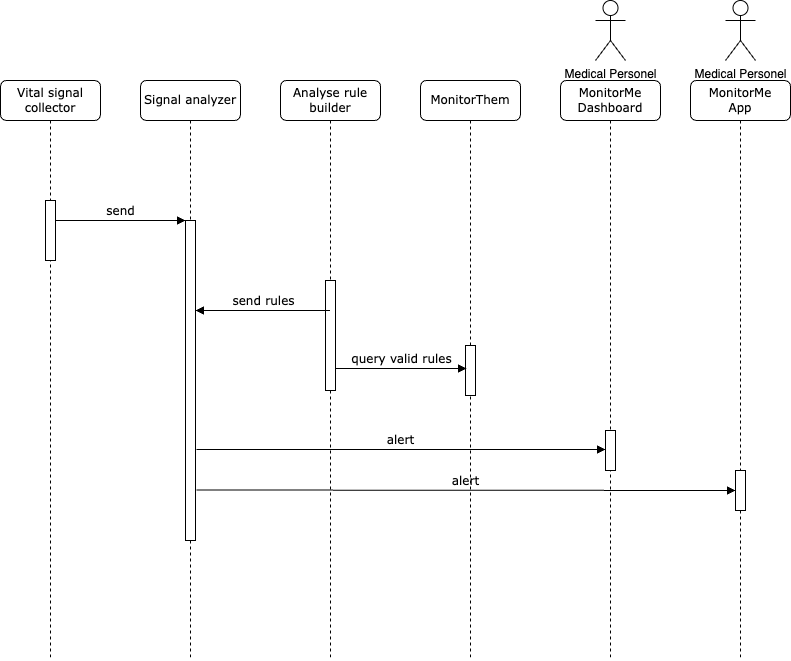
Above: diagrams/arch_kata_comm_UC3_alert.drawio.png in amahnke-tsystems/ArchiTeam (draw.io), before the change. Source tidied: cells renumbered, new cells last; positions are measured from the earlier drawing's top-left corner, leaving out a move shared by most shapes. Its diagram source:
```xml
<mxGraphModel>
  <root>
    <mxCell id="0" />
    <mxCell id="1" parent="0" />
    <mxCell id="2" value="Vital signal&lt;br&gt;collector" style="shape=umlLifeline;perimeter=lifelinePerimeter;whiteSpace=wrap;html=1;rounded=1;shadow=0;comic=0;labelBackgroundColor=none;strokeWidth=1;fontFamily=Verdana;fontSize=12;align=center;" parent="1" vertex="1">
      <mxGeometry y="80" width="100" height="580" as="geometry" />
    </mxCell>
    <mxCell id="3" style="html=1;points=[];perimeter=orthogonalPerimeter;rounded=0;shadow=0;comic=0;labelBackgroundColor=none;strokeWidth=1;fontFamily=Verdana;fontSize=12;align=center;" parent="2" vertex="1">
      <mxGeometry x="45" y="120" width="10" height="60" as="geometry" />
    </mxCell>
    <mxCell id="4" value="Signal analyzer" style="shape=umlLifeline;perimeter=lifelinePerimeter;whiteSpace=wrap;html=1;rounded=1;shadow=0;comic=0;labelBackgroundColor=none;strokeWidth=1;fontFamily=Verdana;fontSize=12;align=center;" parent="1" vertex="1">
      <mxGeometry x="140" y="80" width="100" height="580" as="geometry" />
    </mxCell>
    <mxCell id="5" value="Analyse rule builder" style="shape=umlLifeline;perimeter=lifelinePerimeter;whiteSpace=wrap;html=1;rounded=1;shadow=0;comic=0;labelBackgroundColor=none;strokeWidth=1;fontFamily=Verdana;fontSize=12;align=center;" parent="1" vertex="1">
      <mxGeometry x="280" y="80" width="100" height="580" as="geometry" />
    </mxCell>
    <mxCell id="6" style="html=1;points=[];perimeter=orthogonalPerimeter;rounded=0;shadow=0;comic=0;labelBackgroundColor=none;strokeWidth=1;fontFamily=Verdana;fontSize=12;align=center;" parent="5" vertex="1">
      <mxGeometry x="45" y="200" width="10" height="110" as="geometry" />
    </mxCell>
    <mxCell id="7" value="MonitorThem" style="shape=umlLifeline;perimeter=lifelinePerimeter;whiteSpace=wrap;html=1;rounded=1;shadow=0;comic=0;labelBackgroundColor=none;strokeWidth=1;fontFamily=Verdana;fontSize=12;align=center;" parent="1" vertex="1">
      <mxGeometry x="420" y="80" width="100" height="580" as="geometry" />
    </mxCell>
    <mxCell id="8" style="html=1;points=[];perimeter=orthogonalPerimeter;rounded=0;shadow=0;comic=0;labelBackgroundColor=none;strokeWidth=1;fontFamily=Verdana;fontSize=12;align=center;" parent="7" vertex="1">
      <mxGeometry x="45" y="265" width="10" height="50" as="geometry" />
    </mxCell>
    <mxCell id="9" value="alert" style="html=1;verticalAlign=bottom;endArrow=block;labelBackgroundColor=none;fontFamily=Verdana;fontSize=12;edgeStyle=elbowEdgeStyle;elbow=vertical;exitX=1.1;exitY=0.716;exitDx=0;exitDy=0;exitPerimeter=0;" parent="7" edge="1" target="18">
      <mxGeometry relative="1" as="geometry">
        <mxPoint x="-224" y="409.5" as="sourcePoint" />
      </mxGeometry>
    </mxCell>
    <mxCell id="10" value="MonitorMe&lt;br&gt;Dashboard" style="shape=umlLifeline;perimeter=lifelinePerimeter;whiteSpace=wrap;html=1;rounded=1;shadow=0;comic=0;labelBackgroundColor=none;strokeWidth=1;fontFamily=Verdana;fontSize=12;align=center;" parent="1" vertex="1">
      <mxGeometry x="560" y="80" width="100" height="580" as="geometry" />
    </mxCell>
    <mxCell id="11" style="html=1;points=[];perimeter=orthogonalPerimeter;rounded=0;shadow=0;comic=0;labelBackgroundColor=none;strokeWidth=1;fontFamily=Verdana;fontSize=12;align=center;" parent="1" vertex="1">
      <mxGeometry x="185" y="220" width="10" height="320" as="geometry" />
    </mxCell>
    <mxCell id="12" value="send" style="html=1;verticalAlign=bottom;endArrow=block;labelBackgroundColor=none;fontFamily=Verdana;fontSize=12;edgeStyle=elbowEdgeStyle;elbow=vertical;" parent="1" edge="1" source="3" target="11">
      <mxGeometry relative="1" as="geometry">
        <Array as="points">
          <mxPoint x="60" y="220" />
        </Array>
      </mxGeometry>
    </mxCell>
    <mxCell id="13" style="html=1;points=[];perimeter=orthogonalPerimeter;rounded=0;shadow=0;comic=0;labelBackgroundColor=none;strokeColor=#000000;strokeWidth=1;fillColor=#FFFFFF;fontFamily=Verdana;fontSize=12;fontColor=#000000;align=center;" parent="1" vertex="1">
      <mxGeometry x="605" y="430" width="10" height="40" as="geometry" />
    </mxCell>
    <mxCell id="14" value="query valid rules" style="html=1;verticalAlign=bottom;endArrow=block;labelBackgroundColor=none;fontFamily=Verdana;fontSize=12;edgeStyle=elbowEdgeStyle;elbow=vertical;entryX=0.1;entryY=0.45;entryDx=0;entryDy=0;entryPerimeter=0;exitX=0.95;exitY=0.8;exitDx=0;exitDy=0;exitPerimeter=0;" parent="1" edge="1" source="6" target="8">
      <mxGeometry relative="1" as="geometry" />
    </mxCell>
    <mxCell id="15" value="alert" style="html=1;verticalAlign=bottom;endArrow=block;labelBackgroundColor=none;fontFamily=Verdana;fontSize=12;edgeStyle=elbowEdgeStyle;elbow=vertical;exitX=1.1;exitY=0.716;exitDx=0;exitDy=0;exitPerimeter=0;" parent="1" edge="1" source="11" target="13">
      <mxGeometry relative="1" as="geometry" />
    </mxCell>
    <mxCell id="16" value="send rules" style="html=1;verticalAlign=bottom;endArrow=block;labelBackgroundColor=none;fontFamily=Verdana;fontSize=12;edgeStyle=elbowEdgeStyle;elbow=horizontal;" parent="1" edge="1">
      <mxGeometry relative="1" as="geometry">
        <mxPoint x="329.5" y="310" as="sourcePoint" />
        <mxPoint x="195" y="310" as="targetPoint" />
      </mxGeometry>
    </mxCell>
    <mxCell id="17" value="MonitorMe&lt;br&gt;App" style="shape=umlLifeline;perimeter=lifelinePerimeter;whiteSpace=wrap;html=1;rounded=1;shadow=0;comic=0;labelBackgroundColor=none;strokeWidth=1;fontFamily=Verdana;fontSize=12;align=center;" parent="1" vertex="1">
      <mxGeometry x="690" y="80" width="100" height="580" as="geometry" />
    </mxCell>
    <mxCell id="18" style="html=1;points=[];perimeter=orthogonalPerimeter;rounded=0;shadow=0;comic=0;labelBackgroundColor=none;strokeColor=#000000;strokeWidth=1;fillColor=#FFFFFF;fontFamily=Verdana;fontSize=12;fontColor=#000000;align=center;" parent="17" vertex="1">
      <mxGeometry x="45" y="390" width="10" height="40" as="geometry" />
    </mxCell>
    <mxCell id="19" value="Medical Personel" style="shape=umlActor;verticalLabelPosition=bottom;verticalAlign=top;html=1;" parent="1" vertex="1">
      <mxGeometry x="595" width="30" height="60" as="geometry" />
    </mxCell>
    <mxCell id="20" value="Medical Personel" style="shape=umlActor;verticalLabelPosition=bottom;verticalAlign=top;html=1;" parent="1" vertex="1">
      <mxGeometry x="725" width="30" height="60" as="geometry" />
    </mxCell>
  </root>
</mxGraphModel>
```
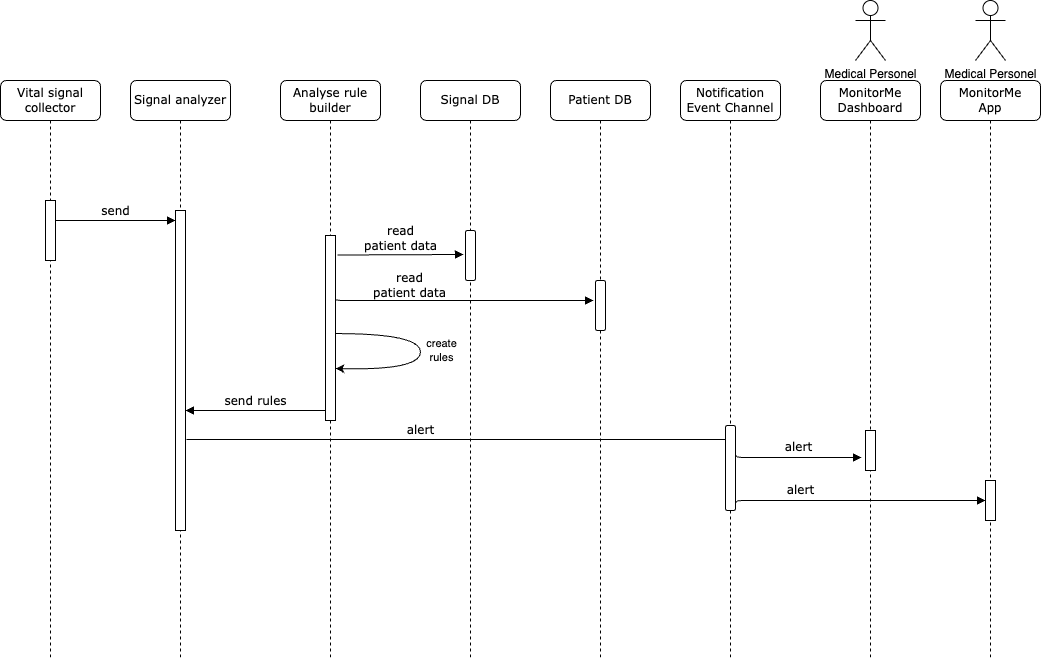
After the change.

The edit, as a diff of the source:
```diff
@@ -3,70 +3,119 @@
     <mxCell id="0" />
     <mxCell id="1" parent="0" />
     <mxCell id="2" value="Vital signal&lt;br&gt;collector" style="shape=umlLifeline;perimeter=lifelinePerimeter;whiteSpace=wrap;html=1;rounded=1;shadow=0;comic=0;labelBackgroundColor=none;strokeWidth=1;fontFamily=Verdana;fontSize=12;align=center;" parent="1" vertex="1">
-      <mxGeometry y="80" width="100" height="580" as="geometry" />
+      <mxGeometry x="-130" y="80" width="100" height="580" as="geometry" />
     </mxCell>
     <mxCell id="3" style="html=1;points=[];perimeter=orthogonalPerimeter;rounded=0;shadow=0;comic=0;labelBackgroundColor=none;strokeWidth=1;fontFamily=Verdana;fontSize=12;align=center;" parent="2" vertex="1">
       <mxGeometry x="45" y="120" width="10" height="60" as="geometry" />
     </mxCell>
     <mxCell id="4" value="Signal analyzer" style="shape=umlLifeline;perimeter=lifelinePerimeter;whiteSpace=wrap;html=1;rounded=1;shadow=0;comic=0;labelBackgroundColor=none;strokeWidth=1;fontFamily=Verdana;fontSize=12;align=center;" parent="1" vertex="1">
-      <mxGeometry x="140" y="80" width="100" height="580" as="geometry" />
+      <mxGeometry y="80" width="100" height="580" as="geometry" />
     </mxCell>
+    <mxCell id="11" style="html=1;points=[];perimeter=orthogonalPerimeter;rounded=0;shadow=0;comic=0;labelBackgroundColor=none;strokeWidth=1;fontFamily=Verdana;fontSize=12;align=center;" parent="4" vertex="1">
+      <mxGeometry x="45" y="130" width="10" height="320" as="geometry" />
+    </mxCell>
     <mxCell id="5" value="Analyse rule builder" style="shape=umlLifeline;perimeter=lifelinePerimeter;whiteSpace=wrap;html=1;rounded=1;shadow=0;comic=0;labelBackgroundColor=none;strokeWidth=1;fontFamily=Verdana;fontSize=12;align=center;" parent="1" vertex="1">
-      <mxGeometry x="280" y="80" width="100" height="580" as="geometry" />
+      <mxGeometry x="150" y="80" width="100" height="580" as="geometry" />
     </mxCell>
     <mxCell id="6" style="html=1;points=[];perimeter=orthogonalPerimeter;rounded=0;shadow=0;comic=0;labelBackgroundColor=none;strokeWidth=1;fontFamily=Verdana;fontSize=12;align=center;" parent="5" vertex="1">
-      <mxGeometry x="45" y="200" width="10" height="110" as="geometry" />
+      <mxGeometry x="45" y="155" width="10" height="185" as="geometry" />
     </mxCell>
+    <mxCell id="21" value="read &lt;br&gt;patient data" style="html=1;verticalAlign=bottom;endArrow=block;labelBackgroundColor=none;fontFamily=Verdana;fontSize=12;edgeStyle=elbowEdgeStyle;elbow=vertical;exitX=1;exitY=0.582;exitDx=0;exitDy=0;exitPerimeter=0;entryX=-0.2;entryY=0.48;entryDx=0;entryDy=0;entryPerimeter=0;" parent="5" edge="1" target="26">
+      <mxGeometry y="-1" relative="1" as="geometry">
+        <mxPoint x="57" y="174.5" as="sourcePoint" />
+      </mxGeometry>
+    </mxCell>
+    <mxCell id="16" value="send rules" style="html=1;verticalAlign=bottom;endArrow=block;labelBackgroundColor=none;fontFamily=Verdana;fontSize=12;edgeStyle=elbowEdgeStyle;elbow=horizontal;entryX=1;entryY=0.625;entryDx=0;entryDy=0;entryPerimeter=0;" parent="5" edge="1" target="11">
+      <mxGeometry relative="1" as="geometry">
+        <mxPoint x="45" y="330" as="sourcePoint" />
+        <Array as="points">
+          <mxPoint x="-14.5" y="330" />
+          <mxPoint x="-34.5" y="330" />
+        </Array>
+      </mxGeometry>
+    </mxCell>
+    <mxCell id="22" style="curved=1;endArrow=classic;html=1;rounded=0;exitX=1;exitY=0.53;exitDx=0;exitDy=0;exitPerimeter=0;entryX=1;entryY=0.719;entryDx=0;entryDy=0;entryPerimeter=0;" parent="5" edge="1" source="6" target="6">
+      <mxGeometry relative="1" as="geometry">
+        <Array as="points">
+          <mxPoint x="140" y="253" />
+          <mxPoint x="140" y="290" />
+        </Array>
+      </mxGeometry>
+    </mxCell>
+    <mxCell id="23" value="create &lt;br&gt;rules" style="edgeLabel;html=1;align=center;verticalAlign=middle;" parent="22" vertex="1">
+      <mxGeometry x="-0.03" y="-2" relative="1" as="geometry">
+        <mxPoint x="22" y="2" as="offset" />
+      </mxGeometry>
+    </mxCell>
-    <mxCell id="7" value="MonitorThem" style="shape=umlLifeline;perimeter=lifelinePerimeter;whiteSpace=wrap;html=1;rounded=1;shadow=0;comic=0;labelBackgroundColor=none;strokeWidth=1;fontFamily=Verdana;fontSize=12;align=center;" parent="1" vertex="1">
+    <mxCell id="7" value="Patient DB" style="shape=umlLifeline;perimeter=lifelinePerimeter;whiteSpace=wrap;html=1;rounded=1;shadow=0;comic=0;labelBackgroundColor=none;strokeWidth=1;fontFamily=Verdana;fontSize=12;align=center;strokeColor=default;verticalAlign=middle;fontColor=default;fillColor=default;" parent="1" vertex="1">
       <mxGeometry x="420" y="80" width="100" height="580" as="geometry" />
     </mxCell>
-    <mxCell id="8" style="html=1;points=[];perimeter=orthogonalPerimeter;rounded=0;shadow=0;comic=0;labelBackgroundColor=none;strokeWidth=1;fontFamily=Verdana;fontSize=12;align=center;" parent="7" vertex="1">
-      <mxGeometry x="45" y="265" width="10" height="50" as="geometry" />
+    <mxCell id="8" style="html=1;points=[];perimeter=orthogonalPerimeter;rounded=1;shadow=0;comic=0;labelBackgroundColor=none;strokeWidth=1;fontFamily=Verdana;fontSize=12;align=center;strokeColor=default;verticalAlign=middle;fontColor=default;fillColor=default;" parent="7" vertex="1">
+      <mxGeometry x="45" y="200" width="10" height="50" as="geometry" />
     </mxCell>
-    <mxCell id="9" value="alert" style="html=1;verticalAlign=bottom;endArrow=block;labelBackgroundColor=none;fontFamily=Verdana;fontSize=12;edgeStyle=elbowEdgeStyle;elbow=vertical;exitX=1.1;exitY=0.716;exitDx=0;exitDy=0;exitPerimeter=0;" parent="7" edge="1" target="18">
-      <mxGeometry relative="1" as="geometry">
-        <mxPoint x="-224" y="409.5" as="sourcePoint" />
-      </mxGeometry>
-    </mxCell>
     <mxCell id="10" value="MonitorMe&lt;br&gt;Dashboard" style="shape=umlLifeline;perimeter=lifelinePerimeter;whiteSpace=wrap;html=1;rounded=1;shadow=0;comic=0;labelBackgroundColor=none;strokeWidth=1;fontFamily=Verdana;fontSize=12;align=center;" parent="1" vertex="1">
-      <mxGeometry x="560" y="80" width="100" height="580" as="geometry" />
+      <mxGeometry x="690" y="80" width="100" height="580" as="geometry" />
     </mxCell>
-    <mxCell id="11" style="html=1;points=[];perimeter=orthogonalPerimeter;rounded=0;shadow=0;comic=0;labelBackgroundColor=none;strokeWidth=1;fontFamily=Verdana;fontSize=12;align=center;" parent="1" vertex="1">
-      <mxGeometry x="185" y="220" width="10" height="320" as="geometry" />
-    </mxCell>
+    <mxCell id="24" style="html=1;points=[];perimeter=orthogonalPerimeter;rounded=0;shadow=0;comic=0;labelBackgroundColor=none;strokeColor=#000000;strokeWidth=1;fillColor=#FFFFFF;fontFamily=Verdana;fontSize=12;fontColor=#000000;align=center;" parent="10" vertex="1">
+      <mxGeometry x="45" y="350" width="10" height="40" as="geometry" />
+    </mxCell>
     <mxCell id="12" value="send" style="html=1;verticalAlign=bottom;endArrow=block;labelBackgroundColor=none;fontFamily=Verdana;fontSize=12;edgeStyle=elbowEdgeStyle;elbow=vertical;" parent="1" edge="1" source="3" target="11">
       <mxGeometry relative="1" as="geometry">
         <Array as="points">
-          <mxPoint x="60" y="220" />
+          <mxPoint x="-10" y="220" />
         </Array>
       </mxGeometry>
     </mxCell>
-    <mxCell id="13" style="html=1;points=[];perimeter=orthogonalPerimeter;rounded=0;shadow=0;comic=0;labelBackgroundColor=none;strokeColor=#000000;strokeWidth=1;fillColor=#FFFFFF;fontFamily=Verdana;fontSize=12;fontColor=#000000;align=center;" parent="1" vertex="1">
-      <mxGeometry x="605" y="430" width="10" height="40" as="geometry" />
-    </mxCell>
-    <mxCell id="14" value="query valid rules" style="html=1;verticalAlign=bottom;endArrow=block;labelBackgroundColor=none;fontFamily=Verdana;fontSize=12;edgeStyle=elbowEdgeStyle;elbow=vertical;entryX=0.1;entryY=0.45;entryDx=0;entryDy=0;entryPerimeter=0;exitX=0.95;exitY=0.8;exitDx=0;exitDy=0;exitPerimeter=0;" parent="1" edge="1" source="6" target="8">
-      <mxGeometry relative="1" as="geometry" />
+    <mxCell id="14" value="read &lt;br&gt;patient data" style="html=1;verticalAlign=bottom;endArrow=block;labelBackgroundColor=none;fontFamily=Verdana;fontSize=12;edgeStyle=elbowEdgeStyle;elbow=vertical;entryX=-0.2;entryY=0.4;entryDx=0;entryDy=0;entryPerimeter=0;exitX=1;exitY=0.341;exitDx=0;exitDy=0;exitPerimeter=0;" parent="1" edge="1" source="6" target="8">
+      <mxGeometry x="-0.42" y="-1" relative="1" as="geometry">
+        <Array as="points">
+          <mxPoint x="340" y="300" />
+        </Array>
+        <mxPoint y="1" as="offset" />
+      </mxGeometry>
     </mxCell>
-    <mxCell id="15" value="alert" style="html=1;verticalAlign=bottom;endArrow=block;labelBackgroundColor=none;fontFamily=Verdana;fontSize=12;edgeStyle=elbowEdgeStyle;elbow=vertical;exitX=1.1;exitY=0.716;exitDx=0;exitDy=0;exitPerimeter=0;" parent="1" edge="1" source="11" target="13">
-      <mxGeometry relative="1" as="geometry" />
+    <mxCell id="15" value="alert" style="html=1;verticalAlign=bottom;endArrow=block;labelBackgroundColor=none;fontFamily=Verdana;fontSize=12;edgeStyle=elbowEdgeStyle;elbow=vertical;exitX=1.1;exitY=0.716;exitDx=0;exitDy=0;exitPerimeter=0;" parent="1" edge="1" source="11">
+      <mxGeometry x="-0.15" relative="1" as="geometry">
+        <mxPoint x="605" y="439" as="targetPoint" />
+      </mxGeometry>
     </mxCell>
-    <mxCell id="16" value="send rules" style="html=1;verticalAlign=bottom;endArrow=block;labelBackgroundColor=none;fontFamily=Verdana;fontSize=12;edgeStyle=elbowEdgeStyle;elbow=horizontal;" parent="1" edge="1">
-      <mxGeometry relative="1" as="geometry">
-        <mxPoint x="329.5" y="310" as="sourcePoint" />
-        <mxPoint x="195" y="310" as="targetPoint" />
-      </mxGeometry>
-    </mxCell>
     <mxCell id="17" value="MonitorMe&lt;br&gt;App" style="shape=umlLifeline;perimeter=lifelinePerimeter;whiteSpace=wrap;html=1;rounded=1;shadow=0;comic=0;labelBackgroundColor=none;strokeWidth=1;fontFamily=Verdana;fontSize=12;align=center;" parent="1" vertex="1">
-      <mxGeometry x="690" y="80" width="100" height="580" as="geometry" />
+      <mxGeometry x="810" y="80" width="100" height="580" as="geometry" />
     </mxCell>
     <mxCell id="18" style="html=1;points=[];perimeter=orthogonalPerimeter;rounded=0;shadow=0;comic=0;labelBackgroundColor=none;strokeColor=#000000;strokeWidth=1;fillColor=#FFFFFF;fontFamily=Verdana;fontSize=12;fontColor=#000000;align=center;" parent="17" vertex="1">
-      <mxGeometry x="45" y="390" width="10" height="40" as="geometry" />
+      <mxGeometry x="45" y="400" width="10" height="40" as="geometry" />
     </mxCell>
     <mxCell id="19" value="Medical Personel" style="shape=umlActor;verticalLabelPosition=bottom;verticalAlign=top;html=1;" parent="1" vertex="1">
-      <mxGeometry x="595" width="30" height="60" as="geometry" />
+      <mxGeometry x="725" width="30" height="60" as="geometry" />
     </mxCell>
     <mxCell id="20" value="Medical Personel" style="shape=umlActor;verticalLabelPosition=bottom;verticalAlign=top;html=1;" parent="1" vertex="1">
-      <mxGeometry x="725" width="30" height="60" as="geometry" />
+      <mxGeometry x="845" width="30" height="60" as="geometry" />
     </mxCell>
+    <mxCell id="25" value="Signal DB" style="shape=umlLifeline;perimeter=lifelinePerimeter;whiteSpace=wrap;html=1;rounded=1;shadow=0;comic=0;labelBackgroundColor=none;strokeWidth=1;fontFamily=Verdana;fontSize=12;align=center;strokeColor=default;verticalAlign=middle;fontColor=default;fillColor=default;" parent="1" vertex="1">
+      <mxGeometry x="290" y="80" width="100" height="580" as="geometry" />
+    </mxCell>
+    <mxCell id="26" style="html=1;points=[];perimeter=orthogonalPerimeter;rounded=1;shadow=0;comic=0;labelBackgroundColor=none;strokeWidth=1;fontFamily=Verdana;fontSize=12;align=center;strokeColor=default;verticalAlign=middle;fontColor=default;fillColor=default;" parent="25" vertex="1">
+      <mxGeometry x="45" y="150" width="10" height="50" as="geometry" />
+    </mxCell>
+    <mxCell id="27" value="Notification Event Channel" style="shape=umlLifeline;perimeter=lifelinePerimeter;whiteSpace=wrap;html=1;rounded=1;shadow=0;comic=0;labelBackgroundColor=none;strokeWidth=1;fontFamily=Verdana;fontSize=12;align=center;strokeColor=default;verticalAlign=middle;fontColor=default;fillColor=default;" parent="1" vertex="1">
+      <mxGeometry x="550" y="80" width="100" height="580" as="geometry" />
+    </mxCell>
+    <mxCell id="28" style="html=1;points=[];perimeter=orthogonalPerimeter;rounded=1;shadow=0;comic=0;labelBackgroundColor=none;strokeWidth=1;fontFamily=Verdana;fontSize=12;align=center;strokeColor=default;verticalAlign=middle;fontColor=default;fillColor=default;" parent="27" vertex="1">
+      <mxGeometry x="45" y="345" width="10" height="85" as="geometry" />
+    </mxCell>
+    <mxCell id="9" value="alert" style="html=1;verticalAlign=middle;endArrow=block;labelBackgroundColor=none;fontFamily=Verdana;fontSize=12;edgeStyle=elbowEdgeStyle;elbow=vertical;rounded=1;shadow=0;comic=0;strokeColor=default;strokeWidth=1;align=center;fontColor=default;fillColor=default;exitX=1.1;exitY=0.906;exitDx=0;exitDy=0;exitPerimeter=0;" parent="1" edge="1" source="28" target="18">
+      <mxGeometry x="-0.47" y="10" relative="1" as="geometry">
+        <Array as="points">
+          <mxPoint x="620" y="500" />
+        </Array>
+      </mxGeometry>
+    </mxCell>
+    <mxCell id="29" value="alert" style="html=1;verticalAlign=middle;endArrow=block;labelBackgroundColor=none;fontFamily=Verdana;fontSize=12;edgeStyle=elbowEdgeStyle;elbow=vertical;rounded=1;shadow=0;comic=0;strokeColor=default;strokeWidth=1;align=center;fontColor=default;fillColor=default;entryX=-0.4;entryY=0.675;entryDx=0;entryDy=0;entryPerimeter=0;exitX=1.1;exitY=0.353;exitDx=0;exitDy=0;exitPerimeter=0;" parent="1" edge="1" source="28" target="24">
+      <mxGeometry x="0.01" y="10" relative="1" as="geometry">
+        <Array as="points">
+          <mxPoint x="670" y="457" />
+        </Array>
+      </mxGeometry>
+    </mxCell>
   </root>
 </mxGraphModel>
```
